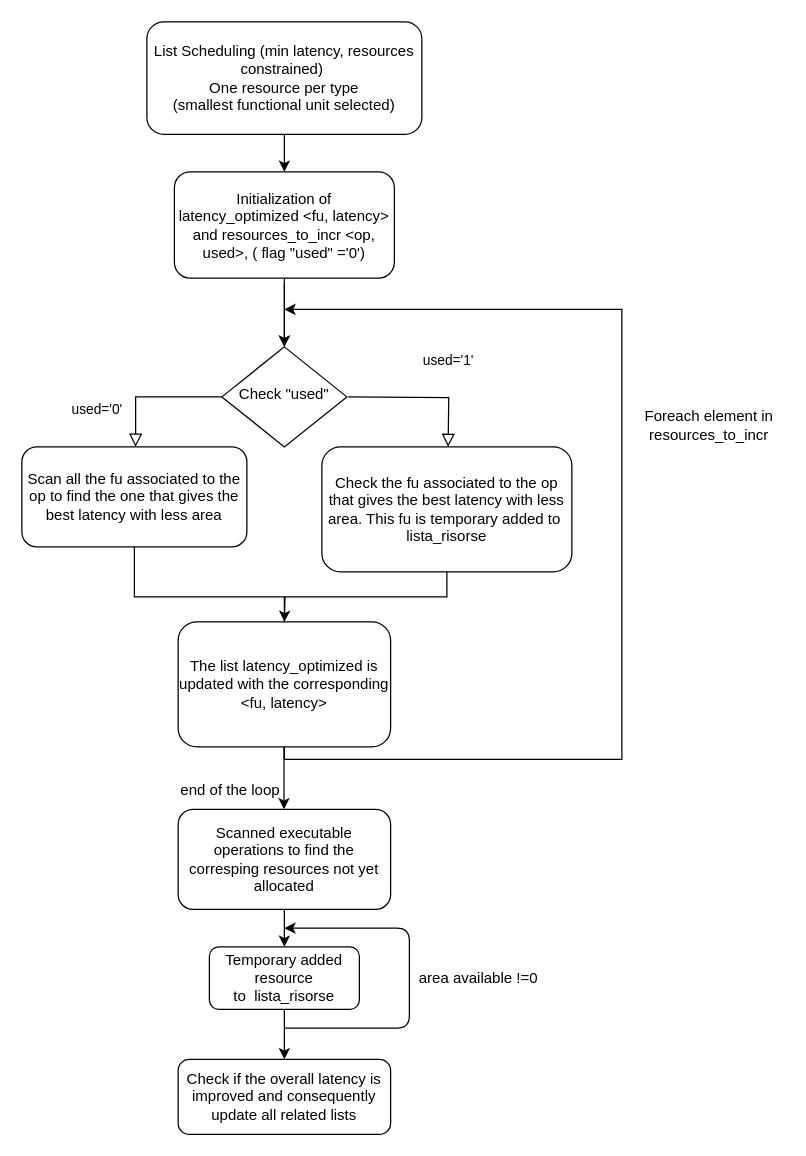
Earlier version of the draw.io diagram FlowChart.drawio (steno97/HLS). Source tidied: cells renumbered, new cells numbered last; positions are measured from the earlier drawing's top-left corner, leaving out a move shared by most shapes. Both pictures are drawn from the tidied source at 125%, with x=0, y=0 at pixel (21, 21).
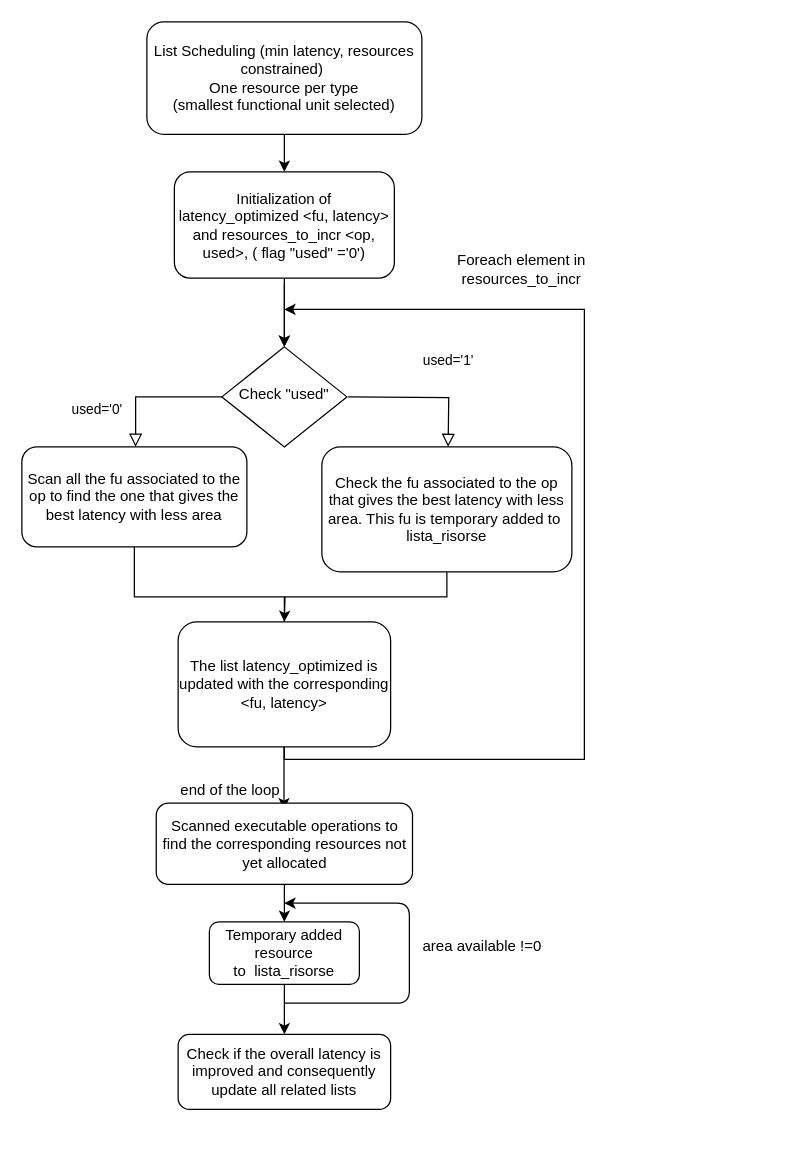
After the change.

Unchanged cells that the change refers to:
```xml
<mxCell id="13" value="The list latency_optimized is updated with the corresponding &amp;lt;fu, latency&amp;gt;" style="whiteSpace=wrap;html=1;rounded=1;shadow=0;strokeWidth=1;glass=0;" parent="1" vertex="1">
  <mxGeometry x="125" y="480" width="170" height="100" as="geometry" />
</mxCell>
```

Diff of the diagram source:
```diff
@@
     <mxCell id="12" style="edgeStyle=orthogonalEdgeStyle;rounded=0;jettySize=auto;html=1;exitX=0.5;exitY=1;exitDx=0;exitDy=0;" parent="1" edge="1" source="13">
       <mxGeometry relative="1" as="geometry">
         <mxPoint x="210" y="230" as="targetPoint" />
         <Array as="points">
           <mxPoint x="210" y="590" />
-          <mxPoint x="480" y="590" />
-          <mxPoint x="480" y="230" />
+          <mxPoint x="450" y="590" />
+          <mxPoint x="450" y="230" />
         </Array>
       </mxGeometry>
     </mxCell>
@@
     <mxCell id="16" value="Foreach element in resources_to_incr" style="text;html=1;strokeColor=none;fillColor=none;align=center;verticalAlign=middle;whiteSpace=wrap;rounded=0;" parent="1" vertex="1">
-      <mxGeometry x="490" y="295" width="120" height="55" as="geometry" />
+      <mxGeometry x="340" y="170" width="120" height="55" as="geometry" />
     </mxCell>
@@
     <mxCell id="18" style="edgeStyle=orthogonalEdgeStyle;rounded=0;jettySize=auto;html=1;" parent="1" edge="1" source="19" target="22">
-      <mxGeometry relative="1" as="geometry" />
+      <mxGeometry relative="1" as="geometry">
+        <Array as="points">
+          <mxPoint x="210" y="700" />
+          <mxPoint x="210" y="700" />
+        </Array>
+      </mxGeometry>
     </mxCell>
-    <mxCell id="19" value="Scanned executable operations to find the corresping resources not yet allocated" style="rounded=1;whiteSpace=wrap;html=1;" parent="1" vertex="1">
-      <mxGeometry x="125" y="630" width="170" height="80" as="geometry" />
+    <mxCell id="19" value="Scanned executable operations to find the corresponding resources not yet allocated" style="rounded=1;whiteSpace=wrap;html=1;" parent="1" vertex="1">
+      <mxGeometry x="107.5" y="625" width="205" height="65" as="geometry" />
     </mxCell>
@@
     <mxCell id="22" value="Temporary added resource&lt;br&gt;&amp;nbsp;to&amp;nbsp; lista_risorse&amp;nbsp;" style="rounded=1;whiteSpace=wrap;html=1;" parent="1" vertex="1">
-      <mxGeometry x="150" y="740" width="120" height="50" as="geometry" />
+      <mxGeometry x="150" y="720" width="120" height="50" as="geometry" />
     </mxCell>
     <mxCell id="23" value="area available !=0" style="text;html=1;align=center;verticalAlign=middle;strokeColor=none;" parent="1" vertex="1">
-      <mxGeometry x="310" y="755" width="110" height="20" as="geometry" />
+      <mxGeometry x="312.5" y="730" width="110" height="20" as="geometry" />
     </mxCell>
     <mxCell id="24" value="Check if the overall latency is improved and consequently update all related lists" style="rounded=1;whiteSpace=wrap;html=1;" parent="1" vertex="1">
-      <mxGeometry x="125" y="830" width="170" height="60" as="geometry" />
+      <mxGeometry x="125" y="810" width="170" height="60" as="geometry" />
     </mxCell>
     <mxCell id="25" style="endArrow=classic;html=1;" parent="1" edge="1">
       <mxGeometry relative="1" as="geometry">
-        <mxPoint x="210" y="805" as="sourcePoint" />
-        <mxPoint x="210" y="725" as="targetPoint" />
+        <mxPoint x="210" y="785" as="sourcePoint" />
+        <mxPoint x="210" y="705" as="targetPoint" />
         <Array as="points">
-          <mxPoint x="310" y="805" />
-          <mxPoint x="310" y="725" />
+          <mxPoint x="310" y="785" />
+          <mxPoint x="310" y="705" />
         </Array>
       </mxGeometry>
     </mxCell>
```
